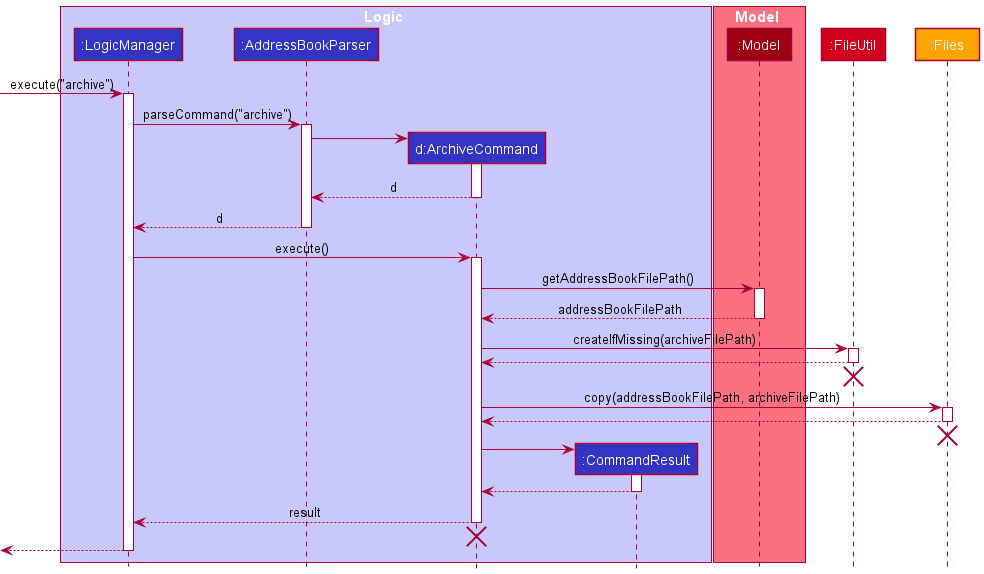
Earlier version of the PlantUML export docs/images/ArchiveFeatureSequenceDiagram.png (nus-cs2103-AY2122S2/tp). Its diagram source:
```plantuml
@startuml
!include style.puml

box Logic LOGIC_COLOR_T1
participant ":LogicManager" as LogicManager LOGIC_COLOR
participant ":AddressBookParser" as AddressBookParser LOGIC_COLOR
participant "d:ArchiveCommand" as ArchiveCommand LOGIC_COLOR
participant ":CommandResult" as CommandResult LOGIC_COLOR
end box


box Model MODEL_COLOR_T1
participant ":Model" as Model MODEL_COLOR
end box

participant ":FileUtil" as FileUtil #D1001C
participant ":Files" as Files #FFA500

[-> LogicManager : execute("archive")
activate LogicManager

LogicManager -> AddressBookParser : parseCommand("archive")
activate AddressBookParser

create ArchiveCommand
AddressBookParser -> ArchiveCommand

activate ArchiveCommand
ArchiveCommand --> AddressBookParser : d
deactivate ArchiveCommand

AddressBookParser --> LogicManager : d
deactivate AddressBookParser

LogicManager -> ArchiveCommand : execute()
activate ArchiveCommand

ArchiveCommand -> Model : getAddressBookFilePath()
activate Model

Model --> ArchiveCommand : addressBookFilePath
deactivate Model

ArchiveCommand -> FileUtil : createIfMissing(archiveFilePath)
activate FileUtil
FileUtil --> ArchiveCommand
deactivate FileUtil

LogicManager -[hidden]-> AddressBookParser
destroy FileUtil

ArchiveCommand -> Files : copy(addressBookFilePath, archiveFilePath)
activate Files

Files --> ArchiveCommand
deactivate Files

LogicManager -[hidden]-> AddressBookParser
destroy Files

create CommandResult
ArchiveCommand -> CommandResult
activate CommandResult

CommandResult --> ArchiveCommand
deactivate CommandResult

ArchiveCommand --> LogicManager : result
deactivate ArchiveCommand

LogicManager -[hidden]-> AddressBookParser
destroy ArchiveCommand

[<--LogicManager
deactivate LogicManager
@enduml
```
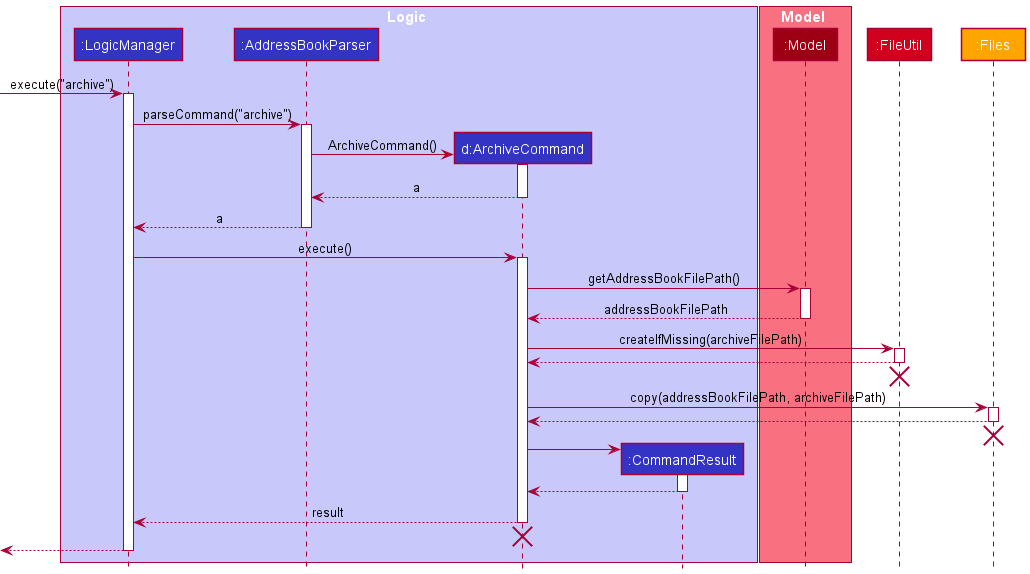
Above is the later version.

Change to the diagram source:
```diff
@@ -23,13 +23,13 @@
 activate AddressBookParser
 
 create ArchiveCommand
-AddressBookParser -> ArchiveCommand
+AddressBookParser -> ArchiveCommand : ArchiveCommand()
 
 activate ArchiveCommand
-ArchiveCommand --> AddressBookParser : d
+ArchiveCommand --> AddressBookParser : a
 deactivate ArchiveCommand
 
-AddressBookParser --> LogicManager : d
+AddressBookParser --> LogicManager : a
 deactivate AddressBookParser
 
 LogicManager -> ArchiveCommand : execute()
```
